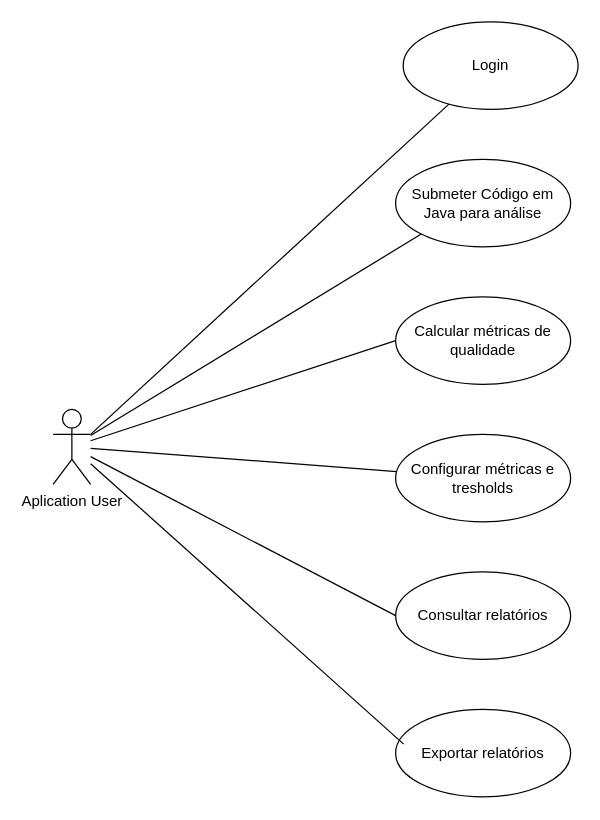
This is docs/Diagrama de casos de uso.drawio from sergiowww-iscte-iul/analyx, a draw.io file, before an edit. Source tidied: cells renumbered, new cells numbered last; positions are measured from the earlier drawing's top-left corner, leaving out a move shared by most shapes. Both pictures are drawn from the tidied source at 125%, with x=0, y=0 at pixel (52, 21).
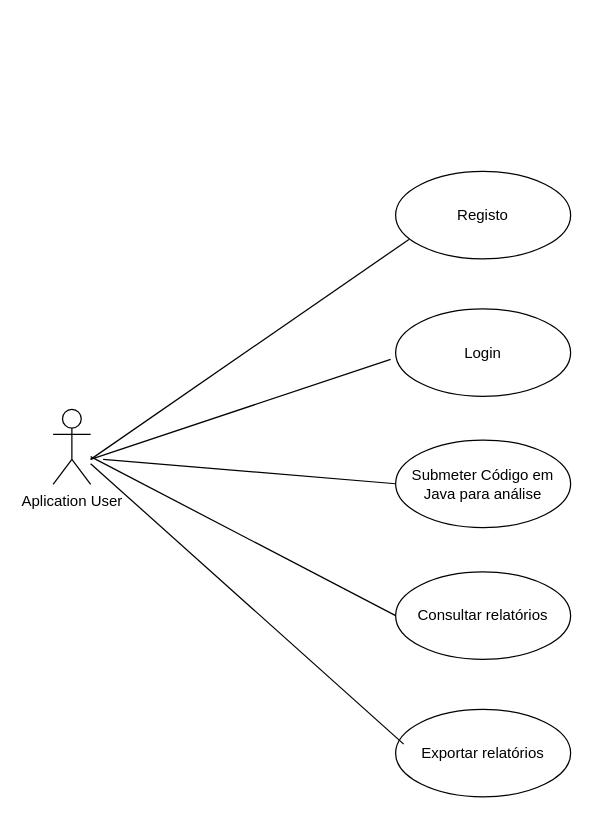
Above is the later version.

Commit message (it also covers changes not shown here):
Added use case diagram and machine state diagram

Diff of the diagram source:
```diff
@@
 <mxGraphModel>
   <root>
     <mxCell id="0" />
     <mxCell id="1" parent="0" />
     <mxCell id="2" value="Submeter Código em Java para análise" style="ellipse;whiteSpace=wrap;html=1;" parent="1" vertex="1">
-      <mxGeometry x="274" y="110" width="140" height="70" as="geometry" />
+      <mxGeometry x="274" y="334.5" width="140" height="70" as="geometry" />
     </mxCell>
     <mxCell id="3" value="Aplication User&lt;div&gt;&lt;br&gt;&lt;/div&gt;" style="shape=umlActor;verticalLabelPosition=bottom;verticalAlign=top;html=1;" parent="1" vertex="1">
       <mxGeometry y="310" width="30" height="60" as="geometry" />
     </mxCell>
-    <mxCell id="4" style="endArrow=none;endFill=0;endSize=12;html=1;rounded=0;entryX=0;entryY=1;entryDx=0;entryDy=0;" parent="1" edge="1" source="3" target="2">
-      <mxGeometry relative="1" as="geometry" />
+    <mxCell id="4" style="endArrow=none;endFill=0;endSize=12;html=1;rounded=0;entryX=0;entryY=0.5;entryDx=0;entryDy=0;" parent="1" edge="1" target="2">
+      <mxGeometry relative="1" as="geometry">
+        <mxPoint x="40" y="350" as="sourcePoint" />
+      </mxGeometry>
     </mxCell>
-    <mxCell id="5" value="Calcular métricas de qualidade" style="ellipse;whiteSpace=wrap;html=1;" parent="1" vertex="1">
-      <mxGeometry x="274" y="220" width="140" height="70" as="geometry" />
-    </mxCell>
-    <mxCell id="6" value="Configurar métricas e tresholds" style="ellipse;whiteSpace=wrap;html=1;" parent="1" vertex="1">
-      <mxGeometry x="274" y="330" width="140" height="70" as="geometry" />
-    </mxCell>
-    <mxCell id="7" style="endArrow=none;endFill=0;endSize=12;html=1;rounded=0;entryX=0;entryY=0.5;entryDx=0;entryDy=0;" parent="1" edge="1" source="3" target="5">
-      <mxGeometry relative="1" as="geometry" />
-    </mxCell>
-    <mxCell id="8" style="endArrow=none;endFill=0;endSize=12;html=1;rounded=0;" parent="1" edge="1" source="3" target="6">
-      <mxGeometry relative="1" as="geometry" />
-    </mxCell>
     <mxCell id="9" value="Consultar relatórios" style="ellipse;whiteSpace=wrap;html=1;" parent="1" vertex="1">
       <mxGeometry x="274" y="440" width="140" height="70" as="geometry" />
     </mxCell>
     <mxCell id="10" value="Login" style="ellipse;whiteSpace=wrap;html=1;" parent="1" vertex="1">
-      <mxGeometry x="280" width="140" height="70" as="geometry" />
+      <mxGeometry x="274" y="229.6" width="140" height="70" as="geometry" />
     </mxCell>
     <mxCell id="11" value="Exportar relatórios" style="ellipse;whiteSpace=wrap;html=1;" parent="1" vertex="1">
       <mxGeometry x="274" y="550" width="140" height="70" as="geometry" />
     </mxCell>
-    <mxCell id="12" style="endArrow=none;endFill=0;endSize=12;html=1;rounded=0;exitX=1;exitY=0.3333333333333333;exitDx=0;exitDy=0;exitPerimeter=0;" parent="1" edge="1" source="3" target="10">
-      <mxGeometry relative="1" as="geometry" />
+    <mxCell id="12" style="endArrow=none;endFill=0;endSize=12;html=1;rounded=0;" parent="1" edge="1">
+      <mxGeometry relative="1" as="geometry">
+        <mxPoint x="30" y="350" as="sourcePoint" />
+        <mxPoint x="270" y="270" as="targetPoint" />
+      </mxGeometry>
     </mxCell>
     <mxCell id="13" style="endArrow=none;endFill=0;endSize=12;html=1;rounded=0;entryX=0;entryY=0.5;entryDx=0;entryDy=0;" parent="1" edge="1" source="3" target="9">
       <mxGeometry relative="1" as="geometry" />
     </mxCell>
     <mxCell id="14" style="endArrow=none;endFill=0;endSize=12;html=1;rounded=0;entryX=0.046;entryY=0.397;entryDx=0;entryDy=0;entryPerimeter=0;" parent="1" edge="1" source="3" target="11">
       <mxGeometry relative="1" as="geometry" />
     </mxCell>
+    <mxCell id="15" value="Registo" style="ellipse;whiteSpace=wrap;html=1;" parent="1" vertex="1">
+      <mxGeometry x="274" y="119.6" width="140" height="70" as="geometry" />
+    </mxCell>
+    <mxCell id="16" style="endArrow=none;endFill=0;endSize=12;html=1;rounded=0;entryX=0.076;entryY=0.778;entryDx=0;entryDy=0;entryPerimeter=0;" parent="1" edge="1" target="15">
+      <mxGeometry relative="1" as="geometry">
+        <mxPoint x="30" y="350" as="sourcePoint" />
+      </mxGeometry>
+    </mxCell>
   </root>
 </mxGraphModel>
```
